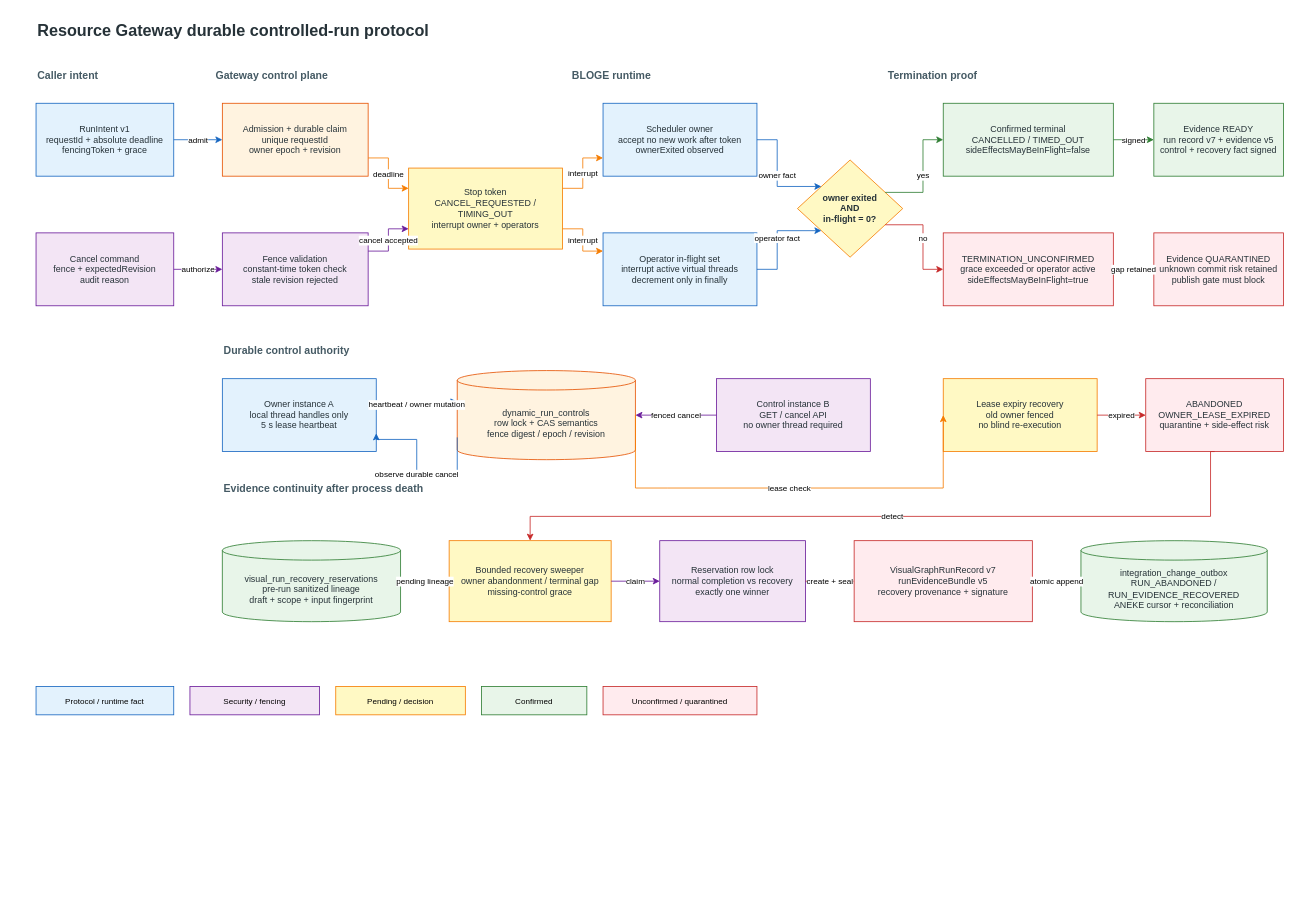
This is docs/assets/drawio/resource-gateway-run-control-lifecycle.drawio from leanowtech/bloge-examples, a draw.io file, before an edit. Source tidied: cells renumbered, new cells numbered last; positions are measured from the earlier drawing's top-left corner, leaving out a move shared by most shapes. Both pictures are drawn from the tidied source at 81%, with x=0, y=0 at pixel (36, 14).
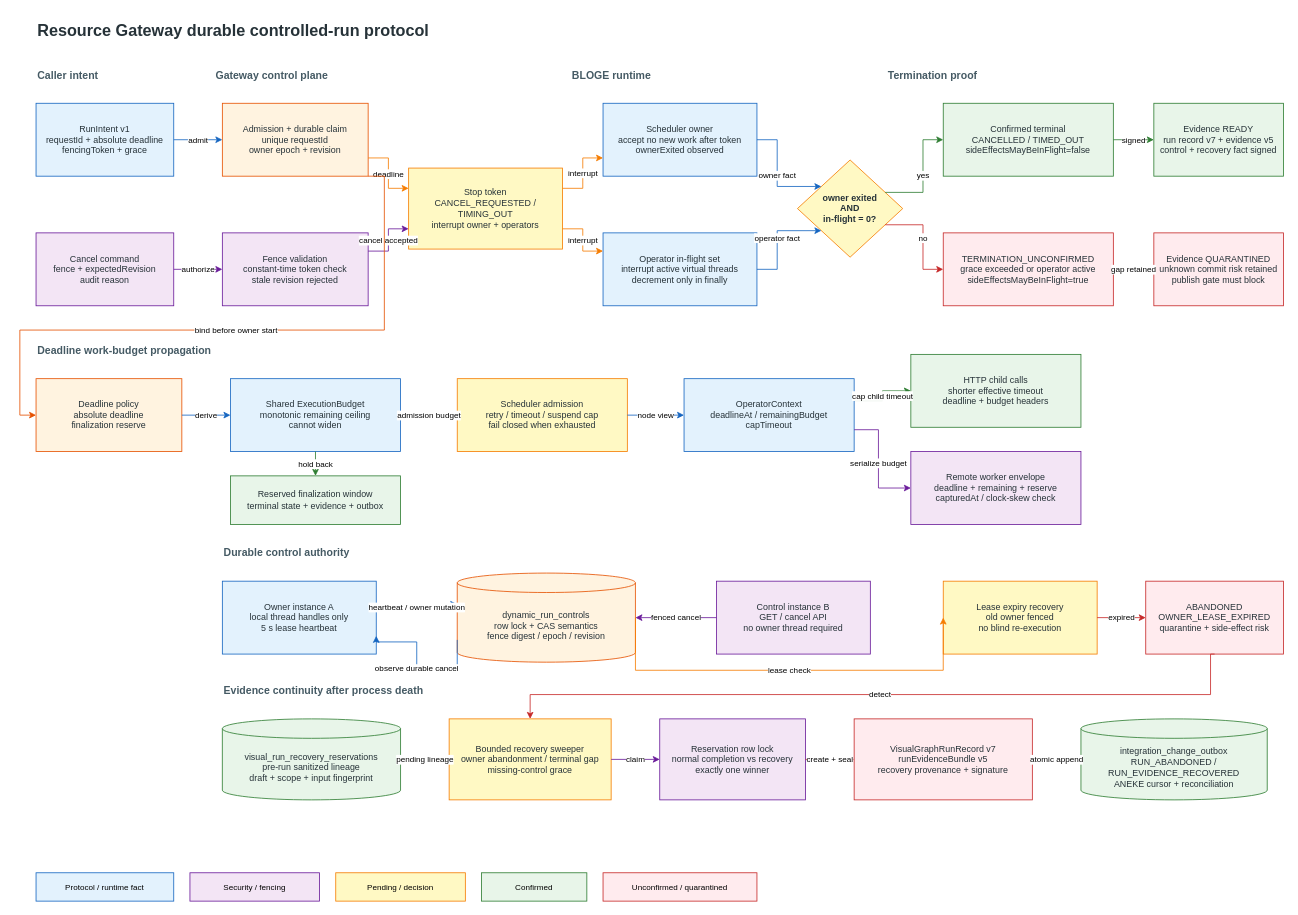
After the change.

Commit message (it also covers changes not shown here):
Document execution budget propagation

The change refers to these unchanged cells:
```xml
<mxCell id="9" value="Admission + durable claim&#10;unique requestId&#10;owner epoch + revision" style="rounded=0;whiteSpace=wrap;html=1;fillColor=#fff3e0;strokeColor=#e65100;fontColor=#263238;fontFamily=Arial;fontSize=11;" parent="1" vertex="1">
  <mxGeometry x="230" y="110" width="180" height="90" as="geometry" />
</mxCell>
```

Change to the diagram source:
```diff
@@
+    <mxCell id="58" value="Deadline work-budget propagation" style="text;html=1;align=left;verticalAlign=middle;fontFamily=Arial;fontSize=13;fontStyle=1;fontColor=#455a64;" parent="1" vertex="1">
+      <mxGeometry y="400" width="320" height="30" as="geometry" />
+    </mxCell>
+    <mxCell id="59" value="Deadline policy&#10;absolute deadline&#10;finalization reserve" style="rounded=0;whiteSpace=wrap;html=1;fillColor=#fff3e0;strokeColor=#e65100;fontColor=#263238;fontFamily=Arial;fontSize=11;" parent="1" vertex="1">
+      <mxGeometry y="450" width="180" height="90" as="geometry" />
+    </mxCell>
+    <mxCell id="60" value="Shared ExecutionBudget&#10;monotonic remaining ceiling&#10;cannot widen" style="rounded=0;whiteSpace=wrap;html=1;fillColor=#e3f2fd;strokeColor=#1565c0;fontColor=#263238;fontFamily=Arial;fontSize=11;" parent="1" vertex="1">
+      <mxGeometry x="240" y="450" width="210" height="90" as="geometry" />
+    </mxCell>
+    <mxCell id="61" value="Scheduler admission&#10;retry / timeout / suspend cap&#10;fail closed when exhausted" style="rounded=0;whiteSpace=wrap;html=1;fillColor=#fff9c4;strokeColor=#f57c00;fontColor=#263238;fontFamily=Arial;fontSize=11;" parent="1" vertex="1">
+      <mxGeometry x="520" y="450" width="210" height="90" as="geometry" />
+    </mxCell>
+    <mxCell id="62" value="OperatorContext&#10;deadlineAt / remainingBudget&#10;capTimeout" style="rounded=0;whiteSpace=wrap;html=1;fillColor=#e3f2fd;strokeColor=#1565c0;fontColor=#263238;fontFamily=Arial;fontSize=11;" parent="1" vertex="1">
+      <mxGeometry x="800" y="450" width="210" height="90" as="geometry" />
+    </mxCell>
+    <mxCell id="63" value="HTTP child calls&#10;shorter effective timeout&#10;deadline + budget headers" style="rounded=0;whiteSpace=wrap;html=1;fillColor=#e8f5e9;strokeColor=#2e7d32;fontColor=#263238;fontFamily=Arial;fontSize=11;" parent="1" vertex="1">
+      <mxGeometry x="1080" y="420" width="210" height="90" as="geometry" />
+    </mxCell>
+    <mxCell id="64" value="Remote worker envelope&#10;deadline + remaining + reserve&#10;capturedAt / clock-skew check" style="rounded=0;whiteSpace=wrap;html=1;fillColor=#f3e5f5;strokeColor=#6a1b9a;fontColor=#263238;fontFamily=Arial;fontSize=11;" parent="1" vertex="1">
+      <mxGeometry x="1080" y="540" width="210" height="90" as="geometry" />
+    </mxCell>
+    <mxCell id="65" value="Reserved finalization window&#10;terminal state + evidence + outbox" style="rounded=0;whiteSpace=wrap;html=1;fillColor=#e8f5e9;strokeColor=#2e7d32;fontColor=#263238;fontFamily=Arial;fontSize=11;" parent="1" vertex="1">
+      <mxGeometry x="240" y="570" width="210" height="60" as="geometry" />
+    </mxCell>
+    <mxCell id="66" value="bind before owner start" style="edgeStyle=orthogonalEdgeStyle;rounded=0;jettySize=auto;html=1;endArrow=classic;endFill=1;strokeColor=#e65100;fontFamily=Arial;fontSize=10;labelBackgroundColor=#ffffff;exitX=1;exitY=1;entryX=0;entryY=0.5;" parent="1" edge="1" source="9" target="59">
+      <mxGeometry relative="1" as="geometry">
+        <Array as="points">
+          <mxPoint x="430" y="390" />
+          <mxPoint x="-20" y="390" />
+          <mxPoint x="-20" y="495" />
+        </Array>
+      </mxGeometry>
+    </mxCell>
+    <mxCell id="67" value="derive" style="edgeStyle=orthogonalEdgeStyle;rounded=0;jettySize=auto;html=1;endArrow=classic;endFill=1;strokeColor=#1565c0;fontFamily=Arial;fontSize=10;labelBackgroundColor=#ffffff;exitX=1;exitY=0.5;entryX=0;entryY=0.5;" parent="1" edge="1" source="59" target="60">
+      <mxGeometry relative="1" as="geometry" />
+    </mxCell>
+    <mxCell id="68" value="admission budget" style="edgeStyle=orthogonalEdgeStyle;rounded=0;jettySize=auto;html=1;endArrow=classic;endFill=1;strokeColor=#f57c00;fontFamily=Arial;fontSize=10;labelBackgroundColor=#ffffff;exitX=1;exitY=0.5;entryX=0;entryY=0.5;" parent="1" edge="1" source="60" target="61">
+      <mxGeometry relative="1" as="geometry" />
+    </mxCell>
+    <mxCell id="69" value="node view" style="edgeStyle=orthogonalEdgeStyle;rounded=0;jettySize=auto;html=1;endArrow=classic;endFill=1;strokeColor=#1565c0;fontFamily=Arial;fontSize=10;labelBackgroundColor=#ffffff;exitX=1;exitY=0.5;entryX=0;entryY=0.5;" parent="1" edge="1" source="61" target="62">
+      <mxGeometry relative="1" as="geometry" />
+    </mxCell>
+    <mxCell id="70" value="cap child timeout" style="edgeStyle=orthogonalEdgeStyle;rounded=0;jettySize=auto;html=1;endArrow=classic;endFill=1;strokeColor=#2e7d32;fontFamily=Arial;fontSize=10;labelBackgroundColor=#ffffff;exitX=1;exitY=0.3;entryX=0;entryY=0.5;" parent="1" edge="1" source="62" target="63">
+      <mxGeometry relative="1" as="geometry" />
+    </mxCell>
+    <mxCell id="71" value="serialize budget" style="edgeStyle=orthogonalEdgeStyle;rounded=0;jettySize=auto;html=1;endArrow=classic;endFill=1;strokeColor=#6a1b9a;fontFamily=Arial;fontSize=10;labelBackgroundColor=#ffffff;exitX=1;exitY=0.7;entryX=0;entryY=0.5;" parent="1" edge="1" source="62" target="64">
+      <mxGeometry relative="1" as="geometry">
+        <Array as="points">
+          <mxPoint x="1040" y="585" />
+        </Array>
+      </mxGeometry>
+    </mxCell>
+    <mxCell id="72" value="hold back" style="edgeStyle=orthogonalEdgeStyle;rounded=0;jettySize=auto;html=1;endArrow=classic;endFill=1;strokeColor=#2e7d32;fontFamily=Arial;fontSize=10;labelBackgroundColor=#ffffff;exitX=0.5;exitY=1;entryX=0.5;entryY=0;" parent="1" edge="1" source="60" target="65">
+      <mxGeometry relative="1" as="geometry" />
+    </mxCell>
     <mxCell id="31" value="Durable control authority" style="text;html=1;align=left;verticalAlign=middle;fontFamily=Arial;fontSize=13;fontStyle=1;fontColor=#455a64;" parent="1" vertex="1">
-      <mxGeometry x="230" y="400" width="260" height="30" as="geometry" />
+      <mxGeometry x="230" y="650" width="260" height="30" as="geometry" />
     </mxCell>
     <mxCell id="32" value="Owner instance A&#10;local thread handles only&#10;5 s lease heartbeat" style="rounded=0;whiteSpace=wrap;html=1;fillColor=#e3f2fd;strokeColor=#1565c0;fontColor=#263238;fontFamily=Arial;fontSize=11;" parent="1" vertex="1">
-      <mxGeometry x="230" y="450" width="190" height="90" as="geometry" />
+      <mxGeometry x="230" y="700" width="190" height="90" as="geometry" />
     </mxCell>
     <mxCell id="33" value="dynamic_run_controls&#10;row lock + CAS semantics&#10;fence digest / epoch / revision" style="shape=cylinder3;whiteSpace=wrap;html=1;boundedLbl=1;backgroundOutline=1;size=12;fillColor=#fff3e0;strokeColor=#e65100;fontColor=#263238;fontFamily=Arial;fontSize=11;" parent="1" vertex="1">
-      <mxGeometry x="520" y="440" width="220" height="110" as="geometry" />
+      <mxGeometry x="520" y="690" width="220" height="110" as="geometry" />
     </mxCell>
     <mxCell id="34" value="Control instance B&#10;GET / cancel API&#10;no owner thread required" style="rounded=0;whiteSpace=wrap;html=1;fillColor=#f3e5f5;strokeColor=#6a1b9a;fontColor=#263238;fontFamily=Arial;fontSize=11;" parent="1" vertex="1">
-      <mxGeometry x="840" y="450" width="190" height="90" as="geometry" />
+      <mxGeometry x="840" y="700" width="190" height="90" as="geometry" />
     </mxCell>
     <mxCell id="35" value="Lease expiry recovery&#10;old owner fenced&#10;no blind re-execution" style="rounded=0;whiteSpace=wrap;html=1;fillColor=#fff9c4;strokeColor=#f57c00;fontColor=#263238;fontFamily=Arial;fontSize=11;" parent="1" vertex="1">
-      <mxGeometry x="1120" y="450" width="190" height="90" as="geometry" />
+      <mxGeometry x="1120" y="700" width="190" height="90" as="geometry" />
     </mxCell>
     <mxCell id="36" value="ABANDONED&#10;OWNER_LEASE_EXPIRED&#10;quarantine + side-effect risk" style="rounded=0;whiteSpace=wrap;html=1;fillColor=#ffebee;strokeColor=#c62828;fontColor=#263238;fontFamily=Arial;fontSize=11;" parent="1" vertex="1">
-      <mxGeometry x="1370" y="450" width="170" height="90" as="geometry" />
+      <mxGeometry x="1370" y="700" width="170" height="90" as="geometry" />
     </mxCell>
@@
     <mxCell id="38" value="observe durable cancel" style="edgeStyle=orthogonalEdgeStyle;rounded=0;jettySize=auto;html=1;endArrow=classic;endFill=1;strokeColor=#1565c0;fontFamily=Arial;fontSize=10;labelBackgroundColor=#ffffff;exitX=0;exitY=0.75;entryX=1;entryY=0.75;" parent="1" edge="1" source="33" target="32">
       <mxGeometry relative="1" as="geometry">
         <Array as="points">
-          <mxPoint x="470" y="570" />
-          <mxPoint x="470" y="525" />
+          <mxPoint x="470" y="810" />
+          <mxPoint x="470" y="775" />
         </Array>
       </mxGeometry>
     </mxCell>
@@
     <mxCell id="40" value="lease check" style="edgeStyle=orthogonalEdgeStyle;rounded=0;jettySize=auto;html=1;endArrow=classic;endFill=1;strokeColor=#f57c00;fontFamily=Arial;fontSize=10;labelBackgroundColor=#ffffff;exitX=1;exitY=0.5;entryX=0;entryY=0.5;" parent="1" edge="1" source="33" target="35">
       <mxGeometry relative="1" as="geometry">
         <Array as="points">
-          <mxPoint x="780" y="585" />
-          <mxPoint x="1080" y="585" />
+          <mxPoint x="780" y="810" />
+          <mxPoint x="1080" y="810" />
         </Array>
       </mxGeometry>
     </mxCell>
@@
     <mxCell id="42" value="Evidence continuity after process death" style="text;html=1;align=left;verticalAlign=middle;fontFamily=Arial;fontSize=13;fontStyle=1;fontColor=#455a64;" parent="1" vertex="1">
-      <mxGeometry x="230" y="570" width="320" height="30" as="geometry" />
+      <mxGeometry x="230" y="820" width="320" height="30" as="geometry" />
     </mxCell>
     <mxCell id="43" value="visual_run_recovery_reservations&#10;pre-run sanitized lineage&#10;draft + scope + input fingerprint" style="shape=cylinder3;whiteSpace=wrap;html=1;boundedLbl=1;backgroundOutline=1;size=12;fillColor=#e8f5e9;strokeColor=#2e7d32;fontColor=#263238;fontFamily=Arial;fontSize=11;" parent="1" vertex="1">
-      <mxGeometry x="230" y="650" width="220" height="100" as="geometry" />
+      <mxGeometry x="230" y="870" width="220" height="100" as="geometry" />
     </mxCell>
     <mxCell id="44" value="Bounded recovery sweeper&#10;owner abandonment / terminal gap&#10;missing-control grace" style="rounded=0;whiteSpace=wrap;html=1;fillColor=#fff9c4;strokeColor=#f57c00;fontColor=#263238;fontFamily=Arial;fontSize=11;" parent="1" vertex="1">
-      <mxGeometry x="510" y="650" width="200" height="100" as="geometry" />
+      <mxGeometry x="510" y="870" width="200" height="100" as="geometry" />
     </mxCell>
     <mxCell id="45" value="Reservation row lock&#10;normal completion vs recovery&#10;exactly one winner" style="rounded=0;whiteSpace=wrap;html=1;fillColor=#f3e5f5;strokeColor=#6a1b9a;fontColor=#263238;fontFamily=Arial;fontSize=11;" parent="1" vertex="1">
-      <mxGeometry x="770" y="650" width="180" height="100" as="geometry" />
+      <mxGeometry x="770" y="870" width="180" height="100" as="geometry" />
     </mxCell>
     <mxCell id="46" value="VisualGraphRunRecord v7&#10;runEvidenceBundle v5&#10;recovery provenance + signature" style="rounded=0;whiteSpace=wrap;html=1;fillColor=#ffebee;strokeColor=#c62828;fontColor=#263238;fontFamily=Arial;fontSize=11;" parent="1" vertex="1">
-      <mxGeometry x="1010" y="650" width="220" height="100" as="geometry" />
+      <mxGeometry x="1010" y="870" width="220" height="100" as="geometry" />
     </mxCell>
     <mxCell id="47" value="integration_change_outbox&#10;RUN_ABANDONED / RUN_EVIDENCE_RECOVERED&#10;ANEKE cursor + reconciliation" style="shape=cylinder3;whiteSpace=wrap;html=1;boundedLbl=1;backgroundOutline=1;size=12;fillColor=#e8f5e9;strokeColor=#2e7d32;fontColor=#263238;fontFamily=Arial;fontSize=11;" parent="1" vertex="1">
-      <mxGeometry x="1290" y="650" width="230" height="100" as="geometry" />
+      <mxGeometry x="1290" y="870" width="230" height="100" as="geometry" />
     </mxCell>
     <mxCell id="48" value="detect" style="edgeStyle=orthogonalEdgeStyle;rounded=0;jettySize=auto;html=1;endArrow=classic;endFill=1;strokeColor=#c62828;fontFamily=Arial;fontSize=10;labelBackgroundColor=#ffffff;exitX=0.5;exitY=1;entryX=0.5;entryY=0;" parent="1" edge="1" source="36" target="44">
       <mxGeometry relative="1" as="geometry">
         <Array as="points">
-          <mxPoint x="1450" y="620" />
-          <mxPoint x="610" y="620" />
+          <mxPoint x="1450" y="840" />
+          <mxPoint x="610" y="840" />
         </Array>
       </mxGeometry>
     </mxCell>
@@
     <mxCell id="53" value="Protocol / runtime fact" style="rounded=0;whiteSpace=wrap;html=1;fillColor=#e3f2fd;strokeColor=#1565c0;fontFamily=Arial;fontSize=10;" parent="1" vertex="1">
-      <mxGeometry y="830" width="170" height="35" as="geometry" />
+      <mxGeometry y="1060" width="170" height="35" as="geometry" />
     </mxCell>
     <mxCell id="54" value="Security / fencing" style="rounded=0;whiteSpace=wrap;html=1;fillColor=#f3e5f5;strokeColor=#6a1b9a;fontFamily=Arial;fontSize=10;" parent="1" vertex="1">
-      <mxGeometry x="190" y="830" width="160" height="35" as="geometry" />
+      <mxGeometry x="190" y="1060" width="160" height="35" as="geometry" />
     </mxCell>
     <mxCell id="55" value="Pending / decision" style="rounded=0;whiteSpace=wrap;html=1;fillColor=#fff9c4;strokeColor=#f57c00;fontFamily=Arial;fontSize=10;" parent="1" vertex="1">
-      <mxGeometry x="370" y="830" width="160" height="35" as="geometry" />
+      <mxGeometry x="370" y="1060" width="160" height="35" as="geometry" />
     </mxCell>
     <mxCell id="56" value="Confirmed" style="rounded=0;whiteSpace=wrap;html=1;fillColor=#e8f5e9;strokeColor=#2e7d32;fontFamily=Arial;fontSize=10;" parent="1" vertex="1">
-      <mxGeometry x="550" y="830" width="130" height="35" as="geometry" />
+      <mxGeometry x="550" y="1060" width="130" height="35" as="geometry" />
     </mxCell>
     <mxCell id="57" value="Unconfirmed / quarantined" style="rounded=0;whiteSpace=wrap;html=1;fillColor=#ffebee;strokeColor=#c62828;fontFamily=Arial;fontSize=10;" parent="1" vertex="1">
-      <mxGeometry x="700" y="830" width="190" height="35" as="geometry" />
+      <mxGeometry x="700" y="1060" width="190" height="35" as="geometry" />
     </mxCell>
```
